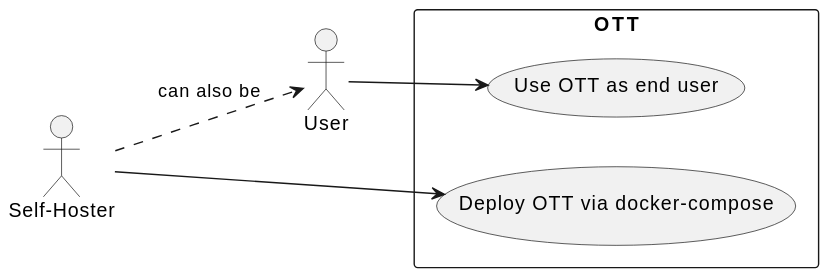
The PlantUML diagram figures/use-case-self-host.svg in dyc3/senior-design, before a commit.
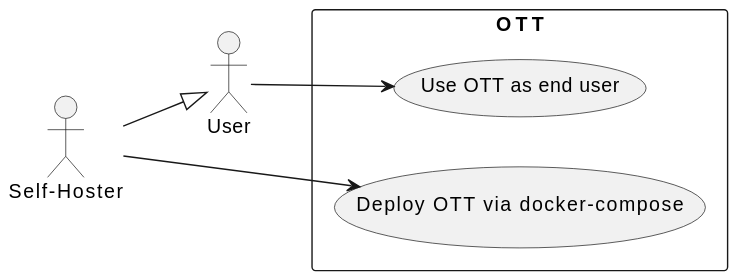
After the commit.

Commit message:
change hoster to inherit from user

The edit, as a diff of the source:
```diff
@@ -7,6 +7,6 @@
   usecase "Use OTT as end user" as UC2
 }
 hoster --> UC1
-hoster --> user #line.dashed : can also be
+hoster --|> user
 user --> UC2
 @enduml
```
